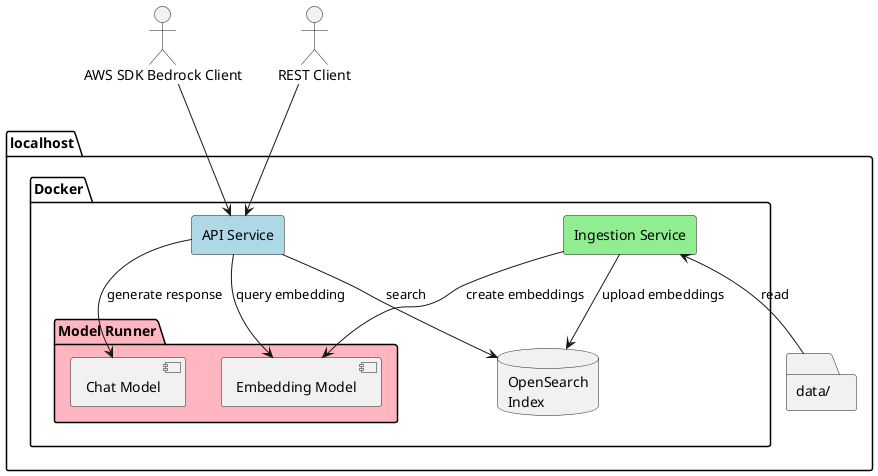
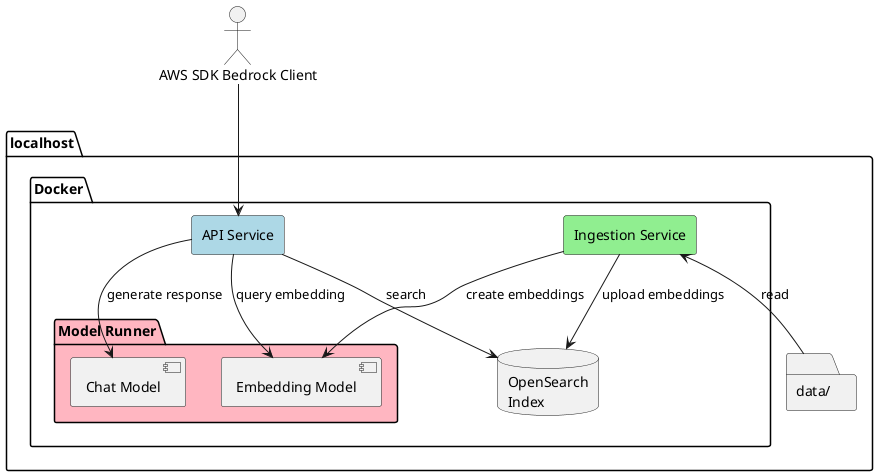
@startuml


actor "AWS SDK Bedrock Client" as awsuser
- actor "REST Client" as curluser


package localhost {
folder "data/" as datafiles
package "Docker" {

    database "OpenSearch\nIndex" as opensearch

  rectangle "Ingestion Service" as ingestion #LightGreen
  rectangle "API Service" as api #LightBlue

package "Model Runner" #LightPink {
  component "Chat Model" as chatmodel
  component "Embedding Model" as embedmodel

}
  ingestion <-- datafiles : read
  ingestion --> opensearch : upload embeddings
  api --> opensearch : search
}



awsuser --> api
- curluser --> api

ingestion --> embedmodel : create embeddings
api --> embedmodel : query embedding
api --> chatmodel : generate response
}
@enduml